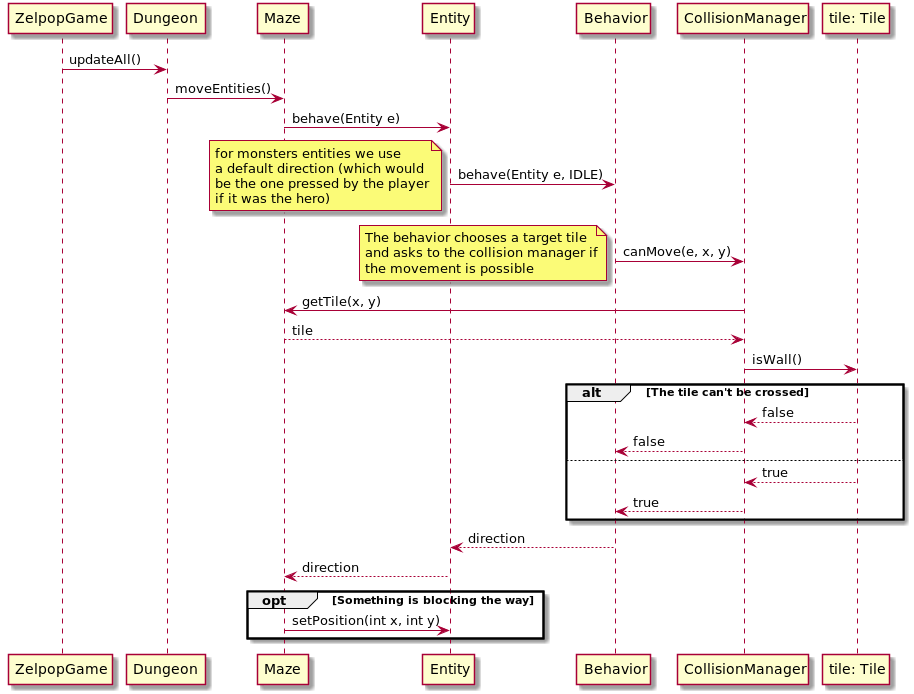
This is doc/first_sprint/diagrams/sequences/move.png from Reynault/ACL_2019_Zelpop, a PlantUML export, as it was before one commit.
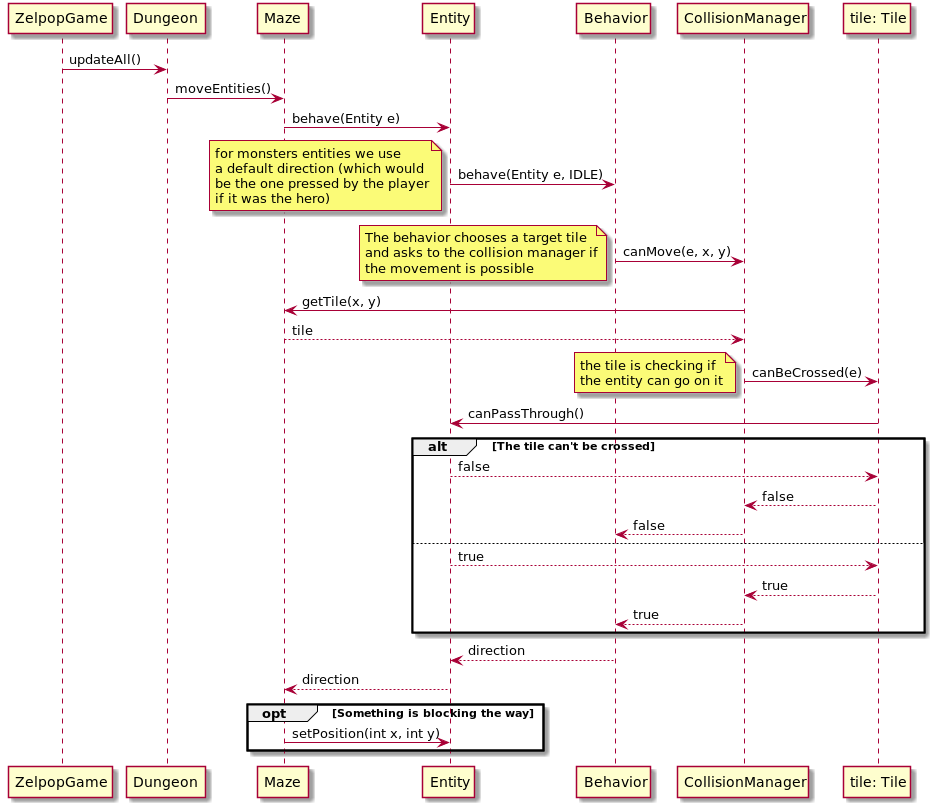
After the change.

The edit, as a diff of the source:
```diff
@@ -26,15 +26,25 @@
 
 Maze --> CollisionManager : tile
 
-CollisionManager -> "tile: Tile": isWall()
+CollisionManager -> "tile: Tile": canBeCrossed(e)
+note left
+    the tile is checking if
+    the entity can go on it
+end note
+
+"tile: Tile" -> Entity: canPassThrough()
 
 alt The tile can't be crossed
+
+    Entity --> "tile: Tile" : false
 
     "tile: Tile" --> CollisionManager: false
 
     CollisionManager --> Behavior: false
 
 else
+
+    Entity --> "tile: Tile" : true
 
     "tile: Tile" --> CollisionManager: true
 
```
